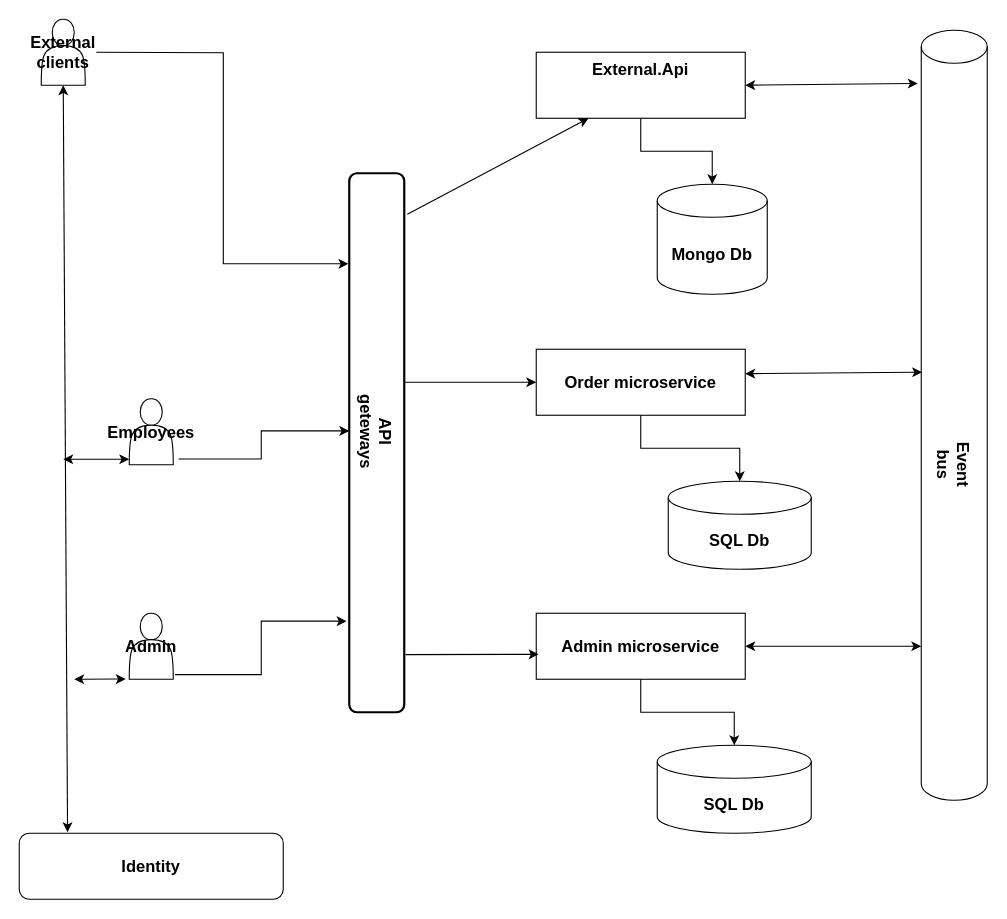
Before: Scheme/Point.drawio in Valerra45/Point, a draw.io diagram. Source tidied: cells renumbered, new cells numbered last; positions are measured from the earlier drawing's top-left corner, leaving out a move shared by most shapes. Both pictures are drawn from the tidied source at 110%, with x=0, y=0 at pixel (19, 19).
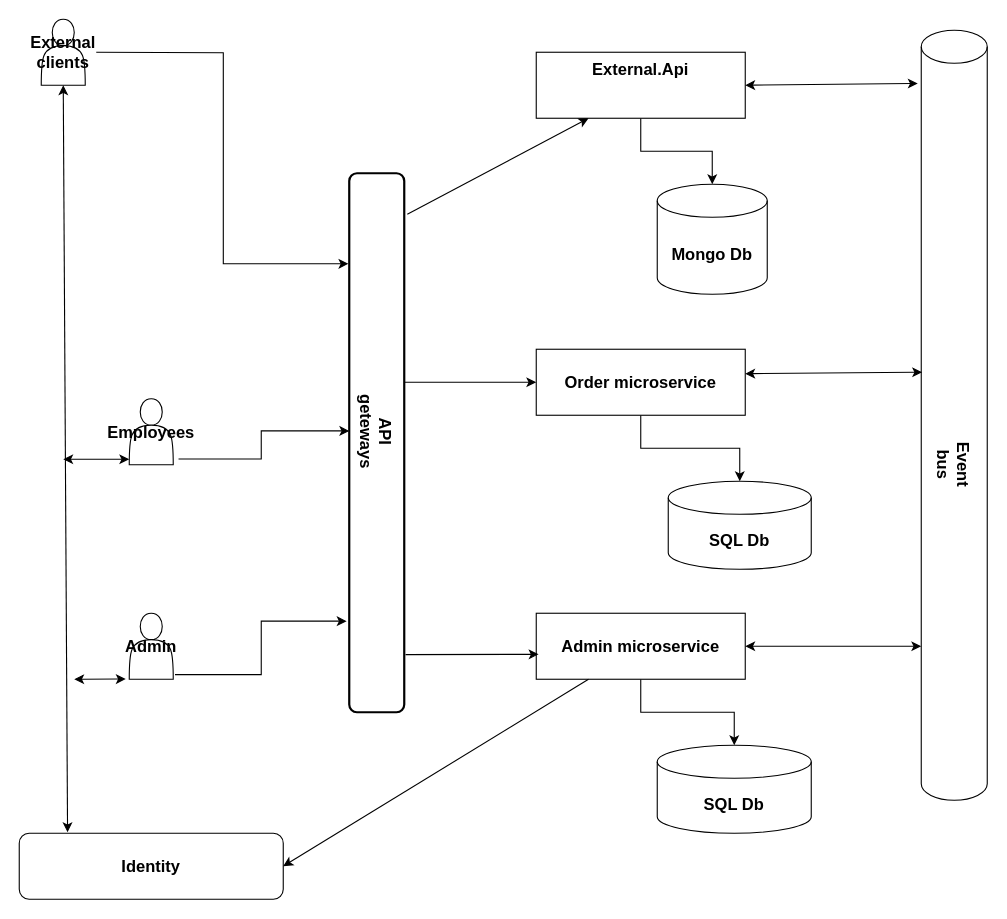
After the change.

Commit message (it also covers changes not shown here):
add schem roles and function

The change refers to these unchanged cells:
```xml
<mxCell id="11" value="Identity" style="rounded=1;whiteSpace=wrap;html=1;fontSize=15;fontStyle=1;" parent="1" vertex="1">
  <mxGeometry y="740" width="240" height="60" as="geometry" />
</mxCell>
<mxCell id="19" value="Admin microservice" style="rounded=0;whiteSpace=wrap;html=1;fontSize=15;fontStyle=1;" parent="1" vertex="1">
  <mxGeometry x="470" y="540" width="190" height="60" as="geometry" />
</mxCell>
```

Diff of the diagram source:
```diff
@@
+    <mxCell id="31" style="endArrow=classic;html=1;rounded=0;exitX=0.25;exitY=1;exitDx=0;exitDy=0;entryX=1;entryY=0.5;entryDx=0;entryDy=0;" parent="1" edge="1" source="19" target="11">
+      <mxGeometry relative="1" as="geometry" />
+    </mxCell>
```
